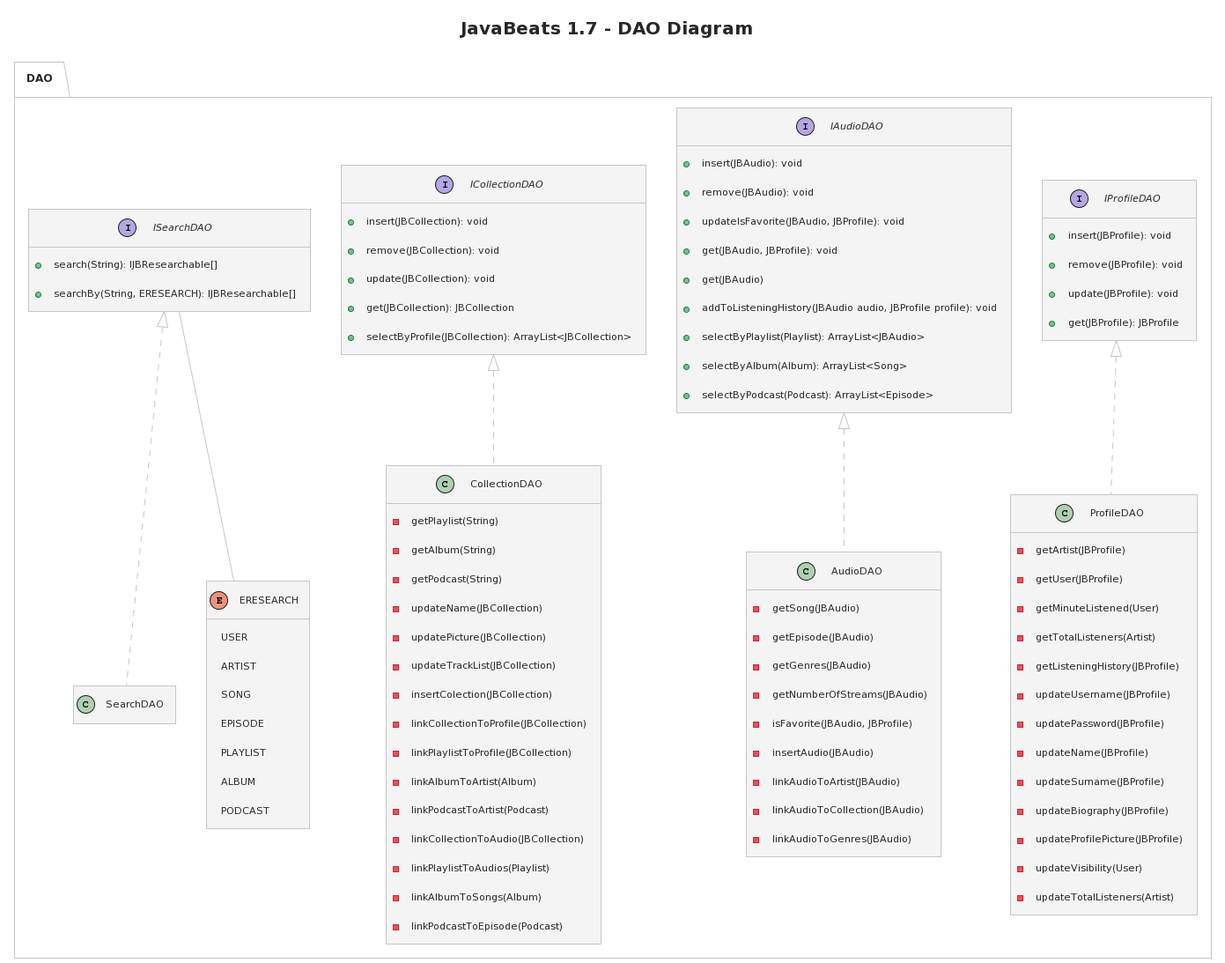
Above: doc/DAO/DAO_UML.png in IngSW-unipv/Progetto-B24 (PlantUML), before the change.
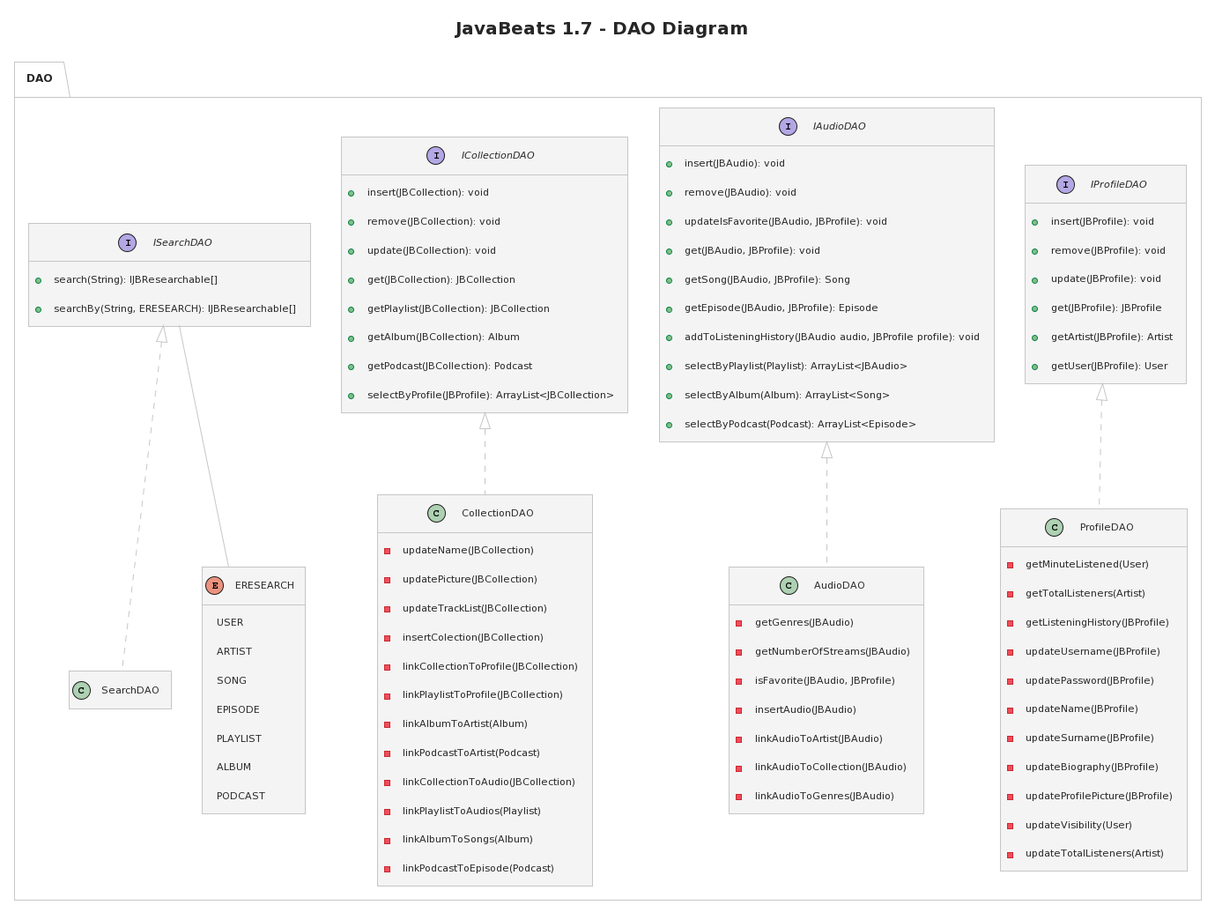
Later version of the same file.

What changed in the source:
```diff
@@ -9,10 +9,10 @@
     + remove(JBProfile): void
     + update(JBProfile): void
     + get(JBProfile): JBProfile
+    + getArtist(JBProfile): Artist
+    + getUser(JBProfile): User
   }
   class ProfileDAO implements IProfileDAO{
-    - getArtist(JBProfile)
-    - getUser(JBProfile)
     - getMinuteListened(User)
     - getTotalListeners(Artist)
     - getListeningHistory(JBProfile)
@@ -31,15 +31,14 @@
     + remove(JBAudio): void
     + updateIsFavorite(JBAudio, JBProfile): void
     + get(JBAudio, JBProfile): void
-    + get(JBAudio)
+    + getSong(JBAudio, JBProfile): Song
+    + getEpisode(JBAudio, JBProfile): Episode
     + addToListeningHistory(JBAudio audio, JBProfile profile): void
     + selectByPlaylist(Playlist): ArrayList<JBAudio>
     + selectByAlbum(Album): ArrayList<Song>
     + selectByPodcast(Podcast): ArrayList<Episode>
   }
   class AudioDAO implements IAudioDAO{
-    - getSong(JBAudio)
-    - getEpisode(JBAudio)
     - getGenres(JBAudio)
     - getNumberOfStreams(JBAudio)
     - isFavorite(JBAudio, JBProfile)
@@ -54,12 +53,13 @@
     + remove(JBCollection): void
     + update(JBCollection): void
     + get(JBCollection): JBCollection
-    + selectByProfile(JBCollection): ArrayList<JBCollection>
+    + getPlaylist(JBCollection): JBCollection
+    + getAlbum(JBCollection): Album
+    + getPodcast(JBCollection): Podcast
+    + selectByProfile(JBProfile): ArrayList<JBCollection>
   }
   class CollectionDAO implements ICollectionDAO {
-    - getPlaylist(String)
-    - getAlbum(String)
-    - getPodcast(String)
+
     - updateName(JBCollection)
     - updatePicture(JBCollection)
     - updateTrackList(JBCollection)
```
